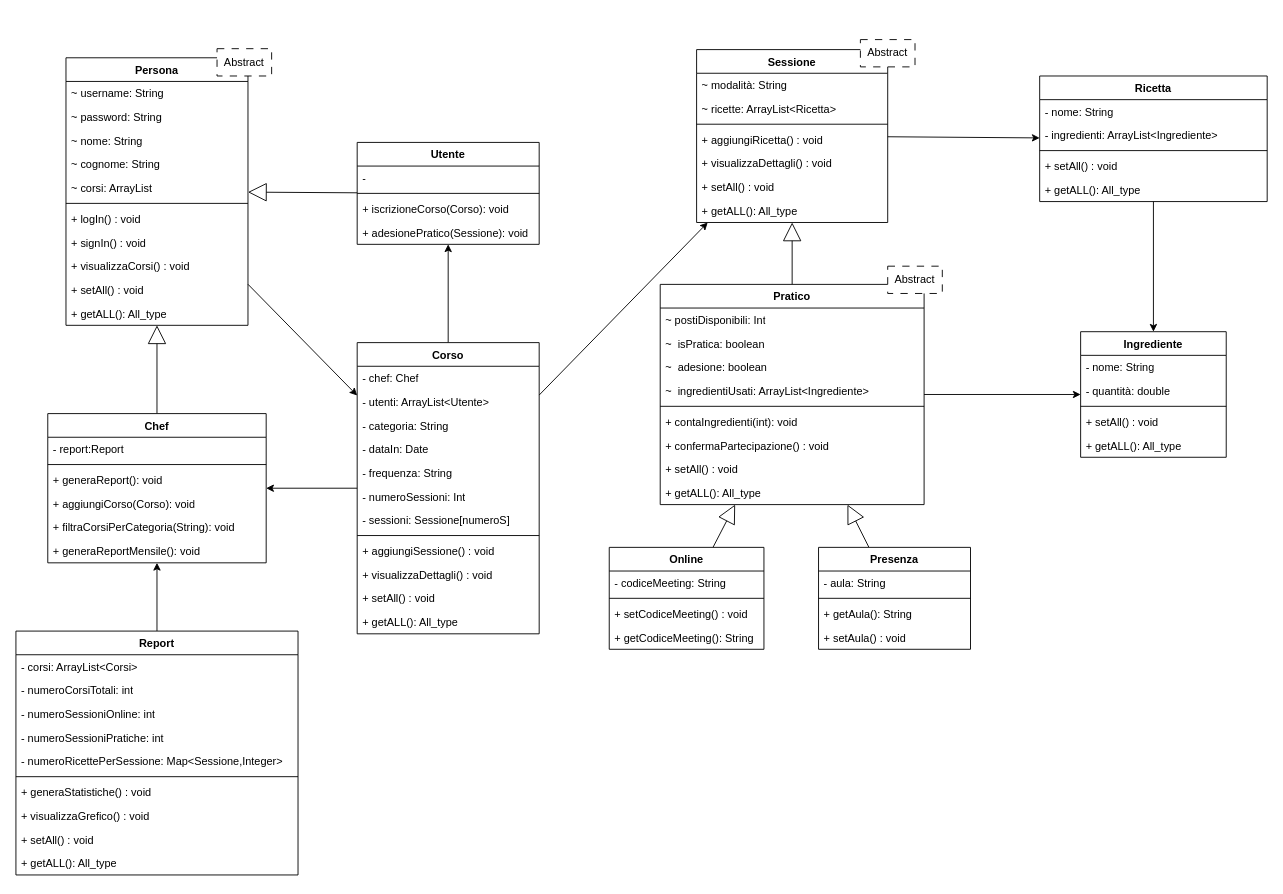
Above: obj/uml/UML1.drawio in MetisWastaken/UninaFoodLab (draw.io), before the change. Source tidied: cells renumbered, new cells numbered last; positions are measured from the earlier drawing's top-left corner, leaving out a move shared by most shapes. Both pictures are drawn from the tidied source at 91%, with x=0, y=0 at pixel (15, 39).
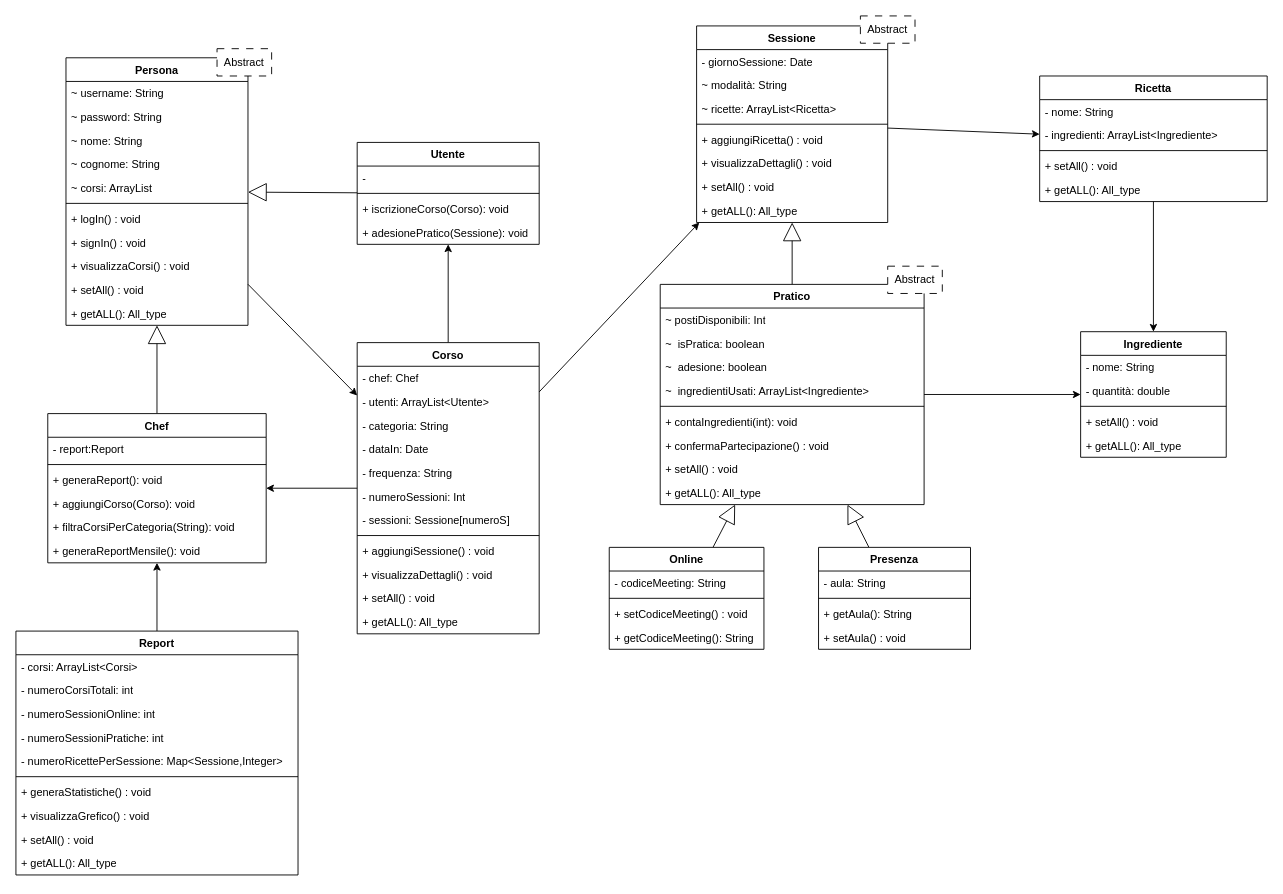
The same diagram, later.

Commit message:
mod_Uml_Add_Date

The edit, as a diff of the source:
```diff
@@
     <mxCell id="46" value="Sessione" style="swimlane;align=center;verticalAlign=top;horizontal=1;startSize=26;whiteSpace=wrap;html=1;" parent="1" vertex="1">
-      <mxGeometry x="748" y="11" width="210" height="190" as="geometry" />
+      <mxGeometry x="748" y="-15" width="210" height="216" as="geometry" />
     </mxCell>
+    <mxCell id="106" value="- giornoSessione: Date" style="text;strokeColor=none;fillColor=none;align=left;verticalAlign=top;spacingLeft=4;spacingRight=4;overflow=hidden;whiteSpace=wrap;html=1;" parent="46" vertex="1">
+      <mxGeometry y="26" width="210" height="26" as="geometry" />
+    </mxCell>
     <mxCell id="47" value="~ modalità: String" style="text;strokeColor=none;fillColor=none;align=left;verticalAlign=top;spacingLeft=4;spacingRight=4;overflow=hidden;whiteSpace=wrap;html=1;" parent="46" vertex="1">
-      <mxGeometry y="26" width="210" height="26" as="geometry" />
+      <mxGeometry y="52" width="210" height="26" as="geometry" />
     </mxCell>
     <mxCell id="48" value="~&amp;nbsp;ricette: ArrayList&amp;lt;Ricetta&amp;gt;" style="text;strokeColor=none;fillColor=none;align=left;verticalAlign=top;spacingLeft=4;spacingRight=4;overflow=hidden;whiteSpace=wrap;html=1;" parent="46" vertex="1">
-      <mxGeometry y="52" width="210" height="26" as="geometry" />
+      <mxGeometry y="78" width="210" height="26" as="geometry" />
     </mxCell>
     <mxCell id="49" style="line;strokeWidth=1;fillColor=none;align=left;verticalAlign=middle;spacingTop=-1;spacingLeft=3;spacingRight=3;labelPosition=right;strokeColor=inherit;" parent="46" vertex="1">
-      <mxGeometry y="78" width="210" height="8" as="geometry" />
+      <mxGeometry y="104" width="210" height="8" as="geometry" />
     </mxCell>
     <mxCell id="50" value="+ aggiungiRicetta() : void" style="text;strokeColor=none;fillColor=none;align=left;verticalAlign=top;spacingLeft=4;spacingRight=4;overflow=hidden;whiteSpace=wrap;html=1;" parent="46" vertex="1">
-      <mxGeometry y="86" width="210" height="26" as="geometry" />
+      <mxGeometry y="112" width="210" height="26" as="geometry" />
     </mxCell>
     <mxCell id="51" value="+ visualizzaDettagli() : void" style="text;strokeColor=none;fillColor=none;align=left;verticalAlign=top;spacingLeft=4;spacingRight=4;overflow=hidden;whiteSpace=wrap;html=1;" parent="46" vertex="1">
-      <mxGeometry y="112" width="210" height="26" as="geometry" />
+      <mxGeometry y="138" width="210" height="26" as="geometry" />
     </mxCell>
     <mxCell id="52" value="+ setAll() : void" style="text;strokeColor=none;fillColor=none;align=left;verticalAlign=top;spacingLeft=4;spacingRight=4;overflow=hidden;whiteSpace=wrap;html=1;" parent="46" vertex="1">
-      <mxGeometry y="138" width="210" height="26" as="geometry" />
+      <mxGeometry y="164" width="210" height="26" as="geometry" />
     </mxCell>
     <mxCell id="53" value="+ getALL(): All_type" style="text;strokeColor=none;fillColor=none;align=left;verticalAlign=top;spacingLeft=4;spacingRight=4;overflow=hidden;whiteSpace=wrap;html=1;" parent="46" vertex="1">
-      <mxGeometry y="164" width="210" height="26" as="geometry" />
+      <mxGeometry y="190" width="210" height="26" as="geometry" />
     </mxCell>
@@
     <mxCell id="73" value="Abstract" style="text;html=1;align=center;verticalAlign=middle;whiteSpace=wrap;rounded=0;strokeColor=default;dashed=1;dashPattern=8 8;fillColor=default;" parent="1" vertex="1">
-      <mxGeometry x="928" width="60" height="30" as="geometry" />
+      <mxGeometry x="928" y="-26" width="60" height="30" as="geometry" />
     </mxCell>
```
